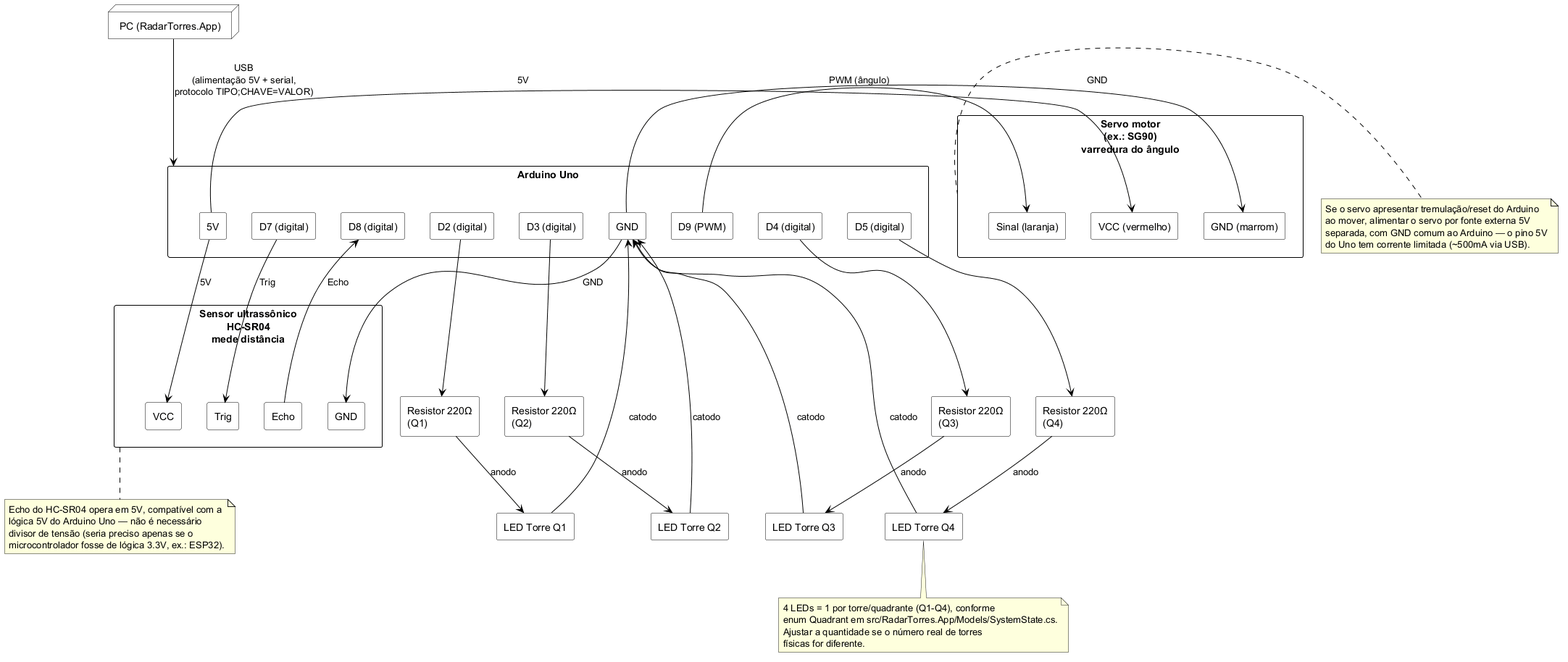
Matheus-Emanoel-Souza/Sistema_Rastreamento_Alvos_Arduino keeps this PlantUML diagram as Docs/Documentos_Entregaveis/Diagrama_Eletrico/Diagrama_Eletrico_RadarTorres.png. Above is the earlier version.
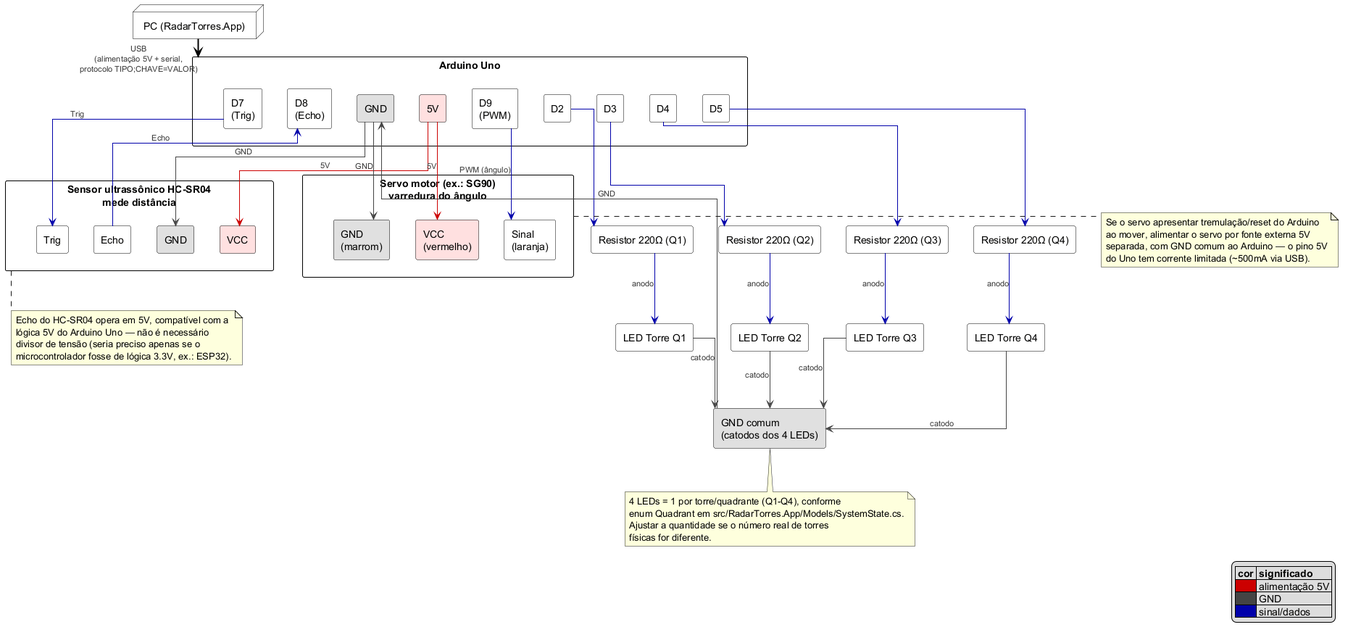
Above is the later version.

Change to the diagram source:
```diff
@@ -2,43 +2,43 @@
 
 
 skinparam shadowing false
+skinparam linetype ortho
 skinparam rectangle {
   BackgroundColor White
   BorderColor Black
-}
-skinparam arrow {
-  Color Black
 }
 skinparam node {
   BackgroundColor White
   BorderColor Black
 }
+skinparam ArrowFontSize 11
+skinparam ArrowFontColor #333333
 
 node "PC (RadarTorres.App)" as PC
 
 rectangle "Arduino Uno" as UNO {
-  rectangle "5V" as UNO_5V
-  rectangle "GND" as UNO_GND
-  rectangle "D7 (digital)" as UNO_D7
-  rectangle "D8 (digital)" as UNO_D8
-  rectangle "D9 (PWM)" as UNO_D9
-  rectangle "D2 (digital)" as UNO_D2
-  rectangle "D3 (digital)" as UNO_D3
-  rectangle "D4 (digital)" as UNO_D4
-  rectangle "D5 (digital)" as UNO_D5
+  rectangle "5V" as UNO_5V #FFE0E0
+  rectangle "GND" as UNO_GND #E0E0E0
+  rectangle "D2" as UNO_D2
+  rectangle "D3" as UNO_D3
+  rectangle "D4" as UNO_D4
+  rectangle "D5" as UNO_D5
+  rectangle "D7\n(Trig)" as UNO_D7
+  rectangle "D8\n(Echo)" as UNO_D8
+  rectangle "D9\n(PWM)" as UNO_D9
 }
 
-rectangle "Servo motor\n(ex.: SG90)\nvarredura do ângulo" as SERVO {
-  rectangle "VCC (vermelho)" as SERVO_VCC
-  rectangle "GND (marrom)" as SERVO_GND
-  rectangle "Sinal (laranja)" as SERVO_SIG
+rectangle "Sensor ultrassônico HC-SR04\nmede distância" as HCSR04 {
+  rectangle "VCC" as HC_VCC #FFE0E0
+  rectangle "GND" as HC_GND #E0E0E0
+  rectangle "Trig" as HC_TRIG
+  rectangle "Echo" as HC_ECHO
 }
 
-rectangle "Sensor ultrassônico\nHC-SR04\nmede distância" as HCSR04 {
-  rectangle "VCC" as HC_VCC
-  rectangle "GND" as HC_GND
-  rectangle "Trig" as HC_TRIG
-  rectangle "Echo" as HC_ECHO
+rectangle "Servo motor (ex.: SG90)\nvarredura do ângulo" as SERVO {
+  rectangle "VCC\n(vermelho)" as SERVO_VCC #FFE0E0
+  rectangle "GND\n(marrom)" as SERVO_GND #E0E0E0
+  rectangle "Sinal\n(laranja)" as SERVO_SIG
 }
 
 rectangle "LED Torre Q1" as LED1
@@ -46,37 +46,40 @@
 rectangle "LED Torre Q3" as LED3
 rectangle "LED Torre Q4" as LED4
 
-rectangle "Resistor 220Ω\n(Q1)" as R1
-rectangle "Resistor 220Ω\n(Q2)" as R2
-rectangle "Resistor 220Ω\n(Q3)" as R3
-rectangle "Resistor 220Ω\n(Q4)" as R4
+rectangle "Resistor 220Ω (Q1)" as R1
+rectangle "Resistor 220Ω (Q2)" as R2
+rectangle "Resistor 220Ω (Q3)" as R3
+rectangle "Resistor 220Ω (Q4)" as R4
 
-PC -down-> UNO : USB\n(alimentação 5V + serial,\nprotocolo TIPO;CHAVE=VALOR)
+rectangle "GND comum\n(catodos dos 4 LEDs)" as GNDRAIL #E0E0E0
 
-UNO_5V -right-> SERVO_VCC : 5V
-UNO_GND -right-> SERVO_GND : GND
-UNO_D9 -right-> SERVO_SIG : PWM (ângulo)
+PC -down-> UNO #black;line.bold : USB\n(alimentação 5V + serial,\nprotocolo TIPO;CHAVE=VALOR)
 
-UNO_5V --> HC_VCC : 5V
-UNO_GND --> HC_GND : GND
-UNO_D7 --> HC_TRIG : Trig
-HC_ECHO --> UNO_D8 : Echo
+UNO_D7 -down-> HC_TRIG #0000AA : Trig
+HC_ECHO -up-> UNO_D8 #0000AA : Echo
+UNO_5V -down-> HC_VCC #CC0000 : 5V
+UNO_GND -down-> HC_GND #444444 : GND
 
-UNO_D2 --> R1
-R1 --> LED1 : anodo
-LED1 --> UNO_GND : catodo
+UNO_D9 -down-> SERVO_SIG #0000AA : PWM (ângulo)
+UNO_5V -down-> SERVO_VCC #CC0000 : 5V
+UNO_GND -down-> SERVO_GND #444444 : GND
 
-UNO_D3 --> R2
-R2 --> LED2 : anodo
-LED2 --> UNO_GND : catodo
+UNO_D2 -down-> R1 #0000AA
+UNO_D3 -down-> R2 #0000AA
+UNO_D4 -down-> R3 #0000AA
+UNO_D5 -down-> R4 #0000AA
 
-UNO_D4 --> R3
-R3 --> LED3 : anodo
-LED3 --> UNO_GND : catodo
+R1 -down-> LED1 #0000AA : anodo
+R2 -down-> LED2 #0000AA : anodo
+R3 -down-> LED3 #0000AA : anodo
+R4 -down-> LED4 #0000AA : anodo
 
-UNO_D5 --> R4
-R4 --> LED4 : anodo
-LED4 --> UNO_GND : catodo
+LED1 -down-> GNDRAIL #444444 : catodo
+LED2 -down-> GNDRAIL #444444 : catodo
+LED3 -down-> GNDRAIL #444444 : catodo
+LED4 -down-> GNDRAIL #444444 : catodo
+
+GNDRAIL -up-> UNO_GND #444444 : GND
 
 note right of SERVO
   Se o servo apresentar tremulação/reset do Arduino
@@ -85,7 +88,7 @@
   do Uno tem corrente limitada (~500mA via USB).
 end note
 
-note bottom of LED4
+note bottom of GNDRAIL
   4 LEDs = 1 por torre/quadrante (Q1-Q4), conforme
   enum Quadrant em src/RadarTorres.App/Models/SystemState.cs.
   Ajustar a quantidade se o número real de torres
@@ -99,4 +102,11 @@
   microcontrolador fosse de lógica 3.3V, ex.: ESP32).
 end note
 
+legend right
+  |= cor |= significado |
+  |<#CC0000>   | alimentação 5V |
+  |<#444444>   | GND |
+  |<#0000AA>   | sinal/dados |
+endlegend
+
 @enduml
```
